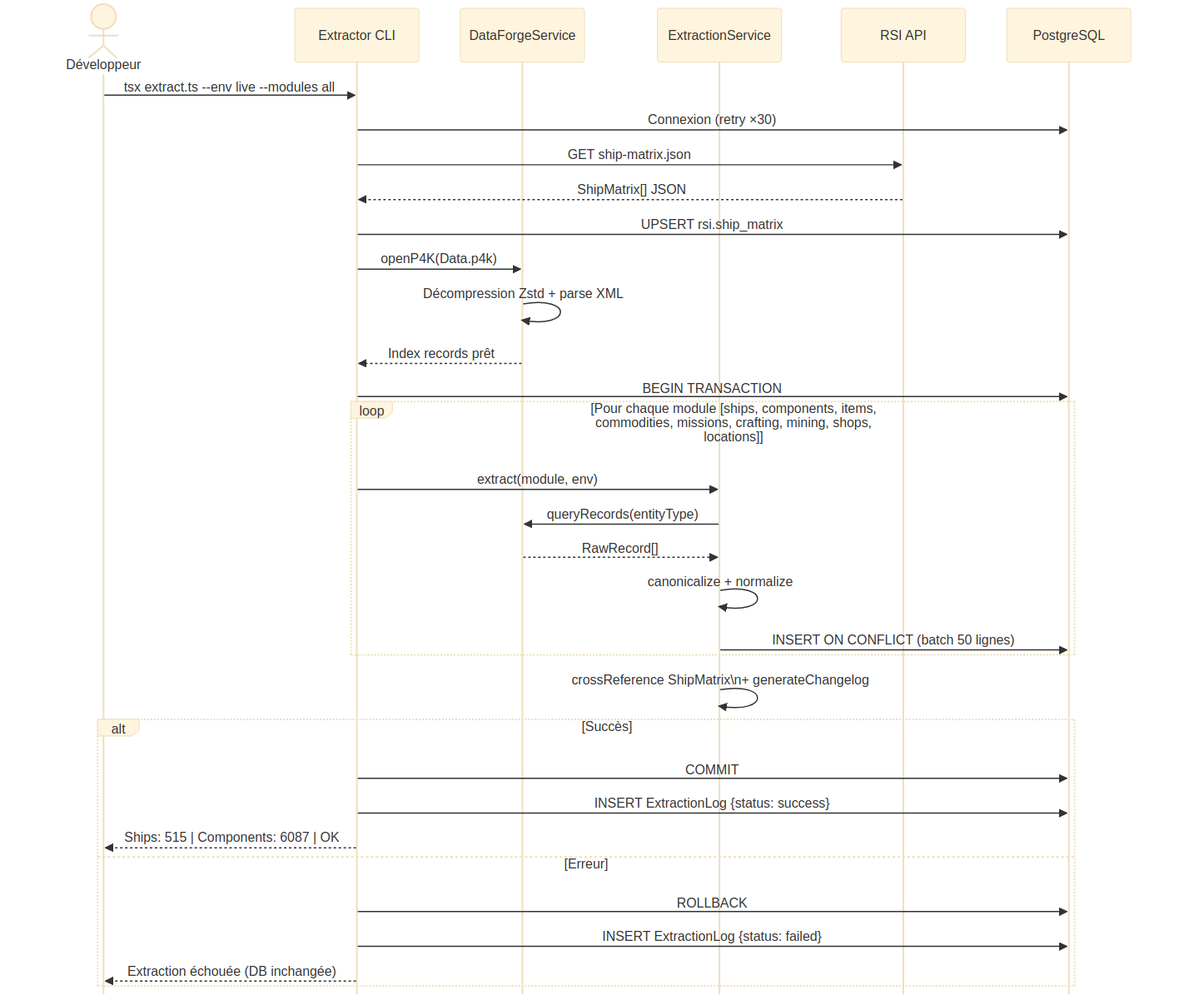
The Mermaid diagram docs/diagrams/05_seq_extraction.png in ampynjord/starvis, before a commit. Its source is kept beside it as docs/diagrams/05_seq_extraction.mmd.
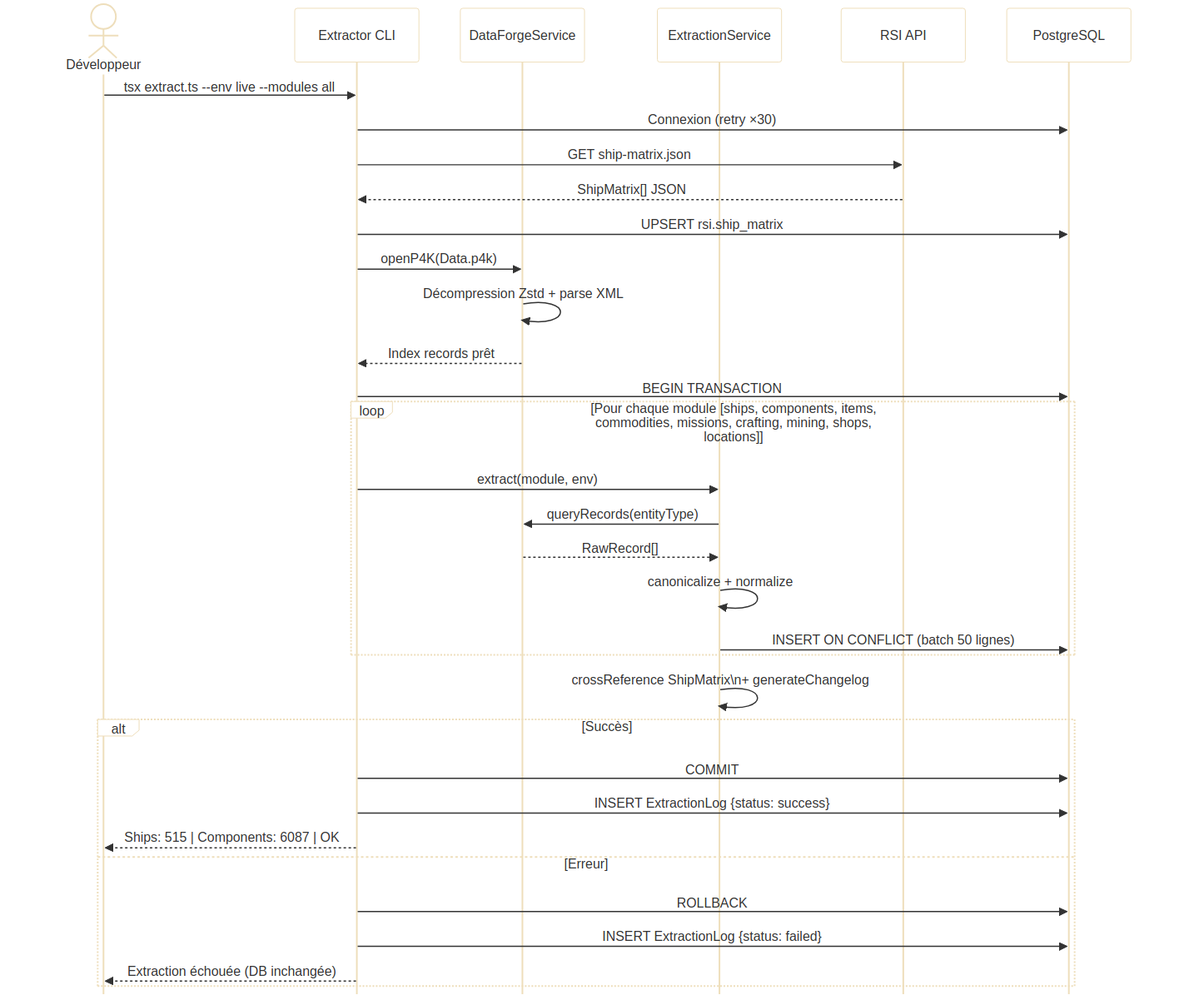
Later version of the same file.

What changed in the source:
```diff
@@ -1,4 +1,4 @@
-%%{init: {'theme': 'base', 'themeVariables': {'fontSize': '12px', 'fontFamily': 'Arial'}, 'sequence': {'actorFontSize': 12, 'messageFontSize': 11, 'mirrorActors': false, 'useMaxWidth': true, 'boxMargin': 6}}}%%
+%%{init: {'theme': 'base', 'themeVariables': {'background': '#ffffff', 'mainBkg': '#ffffff', 'fontSize': '12px', 'fontFamily': 'Arial'}, 'sequence': {'actorFontSize': 12, 'messageFontSize': 11, 'mirrorActors': false, 'useMaxWidth': true, 'boxMargin': 6}}}%%
 sequenceDiagram
     actor Dev as Développeur
     participant CLI as Extractor CLI
```
